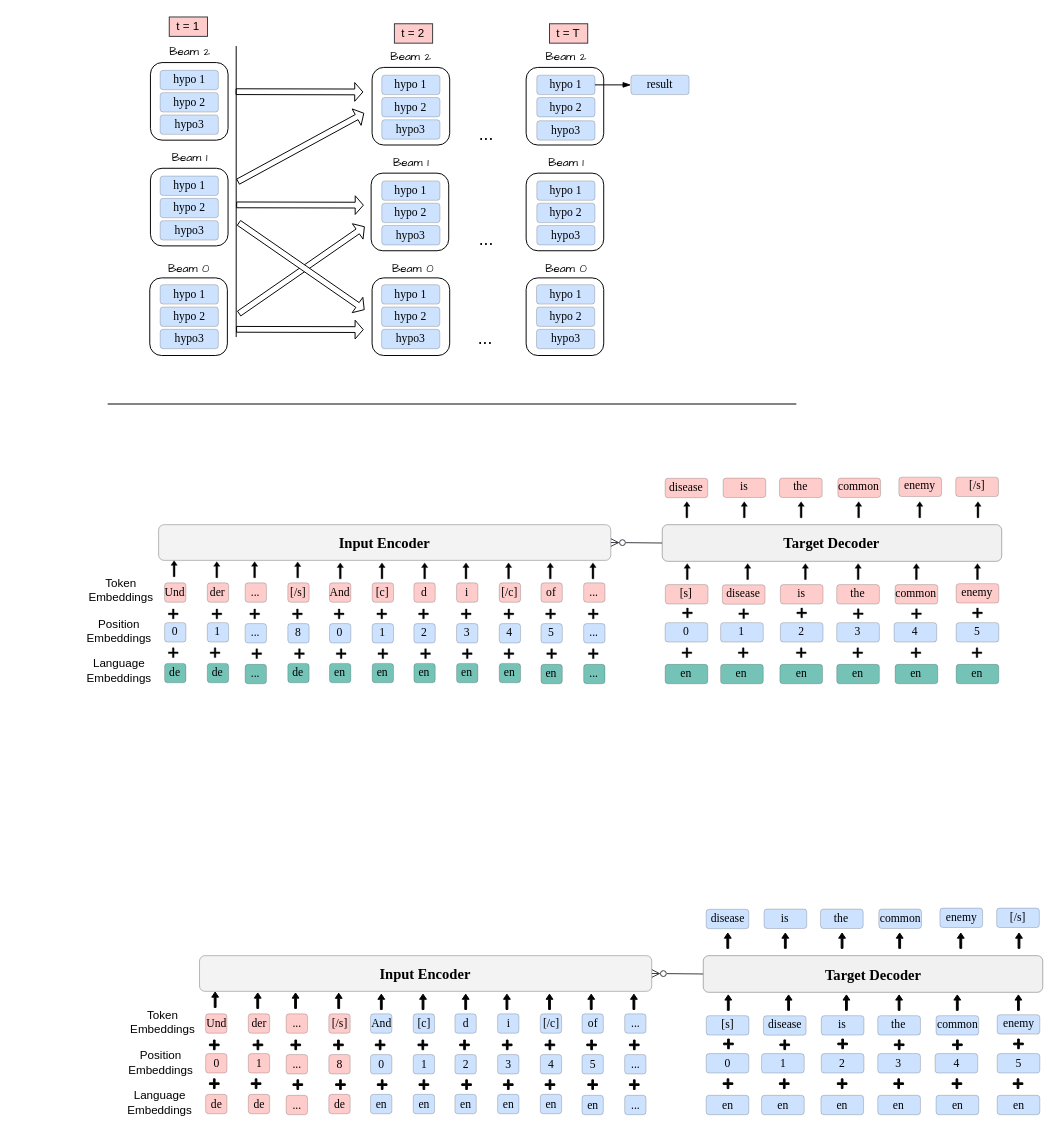
Above: hard_constrained.drawio in yc1999/electra_pytorch (draw.io), before the change. Source tidied: cells renumbered, new cells numbered last; positions are measured from the earlier drawing's top-left corner, leaving out a move shared by most shapes. Both pictures are drawn from the tidied source at 97%, with x=0, y=0 at pixel (75, 16).
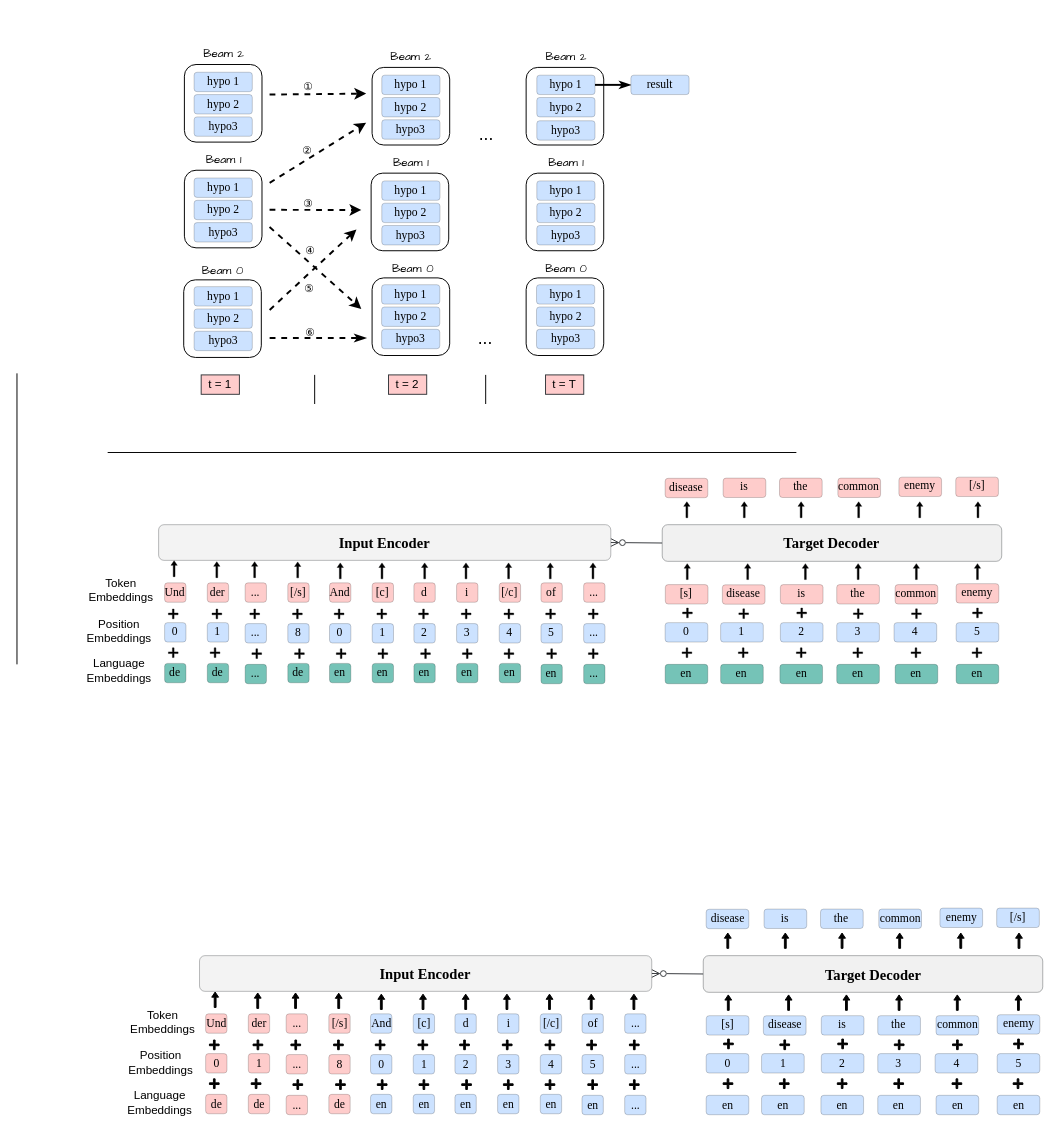
Above is the later version.

The change refers to these unchanged cells:
```xml
<mxCell id="291" value="&lt;span style=&quot;font-size: 12px;&quot;&gt;hypo 1&lt;/span&gt;" style="rounded=1;whiteSpace=wrap;html=1;fontFamily=Times New Roman;fontSize=2;strokeColor=#000000;rotation=0;fillColor=#CCE2FF;strokeWidth=0.2;" parent="1" vertex="1">
  <mxGeometry x="475.9" y="60" width="60" height="20" as="geometry" />
</mxCell>
<mxCell id="296" value="&lt;span style=&quot;font-size: 12px;&quot;&gt;result&lt;/span&gt;" style="rounded=1;whiteSpace=wrap;html=1;fontFamily=Times New Roman;fontSize=2;strokeColor=#000000;rotation=0;fillColor=#CCE2FF;strokeWidth=0.2;" parent="1" vertex="1">
  <mxGeometry x="572.9" y="60" width="60" height="20" as="geometry" />
</mxCell>
```

Diff of the diagram source:
```diff
@@
     <mxCell id="2" style="rounded=1;whiteSpace=wrap;html=1;" parent="1" vertex="1">
-      <mxGeometry x="76.9" y="269" width="80" height="80" as="geometry" />
+      <mxGeometry x="111.9" y="271" width="80" height="80" as="geometry" />
     </mxCell>
     <mxCell id="3" style="rounded=1;whiteSpace=wrap;html=1;" parent="1" vertex="1">
-      <mxGeometry x="77.6" y="156" width="80" height="80" as="geometry" />
+      <mxGeometry x="112.6" y="158" width="80" height="80" as="geometry" />
     </mxCell>
@@
     <mxCell id="244" value="&lt;span style=&quot;font-size: 12px;&quot;&gt;hypo 1&lt;/span&gt;" style="rounded=1;whiteSpace=wrap;html=1;fontFamily=Times New Roman;fontSize=2;strokeColor=#000000;rotation=0;fillColor=#CCE2FF;strokeWidth=0.2;" parent="1" vertex="1">
-      <mxGeometry x="87.6" y="164" width="60" height="20" as="geometry" />
+      <mxGeometry x="122.6" y="166" width="60" height="20" as="geometry" />
     </mxCell>
     <mxCell id="245" value="&lt;span style=&quot;font-size: 12px;&quot;&gt;hypo 2&lt;/span&gt;" style="rounded=1;whiteSpace=wrap;html=1;fontFamily=Times New Roman;fontSize=2;strokeColor=#000000;rotation=0;fillColor=#CCE2FF;strokeWidth=0.2;" parent="1" vertex="1">
-      <mxGeometry x="87.6" y="187" width="60" height="20" as="geometry" />
+      <mxGeometry x="122.6" y="189" width="60" height="20" as="geometry" />
     </mxCell>
     <mxCell id="246" value="&lt;span style=&quot;font-size: 12px;&quot;&gt;hypo3&lt;/span&gt;" style="rounded=1;whiteSpace=wrap;html=1;fontFamily=Times New Roman;fontSize=2;strokeColor=#000000;rotation=0;fillColor=#CCE2FF;strokeWidth=0.2;" parent="1" vertex="1">
-      <mxGeometry x="87.6" y="210" width="60" height="20" as="geometry" />
+      <mxGeometry x="122.6" y="212" width="60" height="20" as="geometry" />
     </mxCell>
     <mxCell id="247" value="&lt;span style=&quot;font-size: 12px;&quot;&gt;hypo 1&lt;/span&gt;" style="rounded=1;whiteSpace=wrap;html=1;fontFamily=Times New Roman;fontSize=2;strokeColor=#000000;rotation=0;fillColor=#CCE2FF;strokeWidth=0.2;" parent="1" vertex="1">
-      <mxGeometry x="87.6" y="276" width="60" height="20" as="geometry" />
+      <mxGeometry x="122.6" y="278" width="60" height="20" as="geometry" />
     </mxCell>
     <mxCell id="248" value="&lt;span style=&quot;font-size: 12px;&quot;&gt;hypo 2&lt;/span&gt;" style="rounded=1;whiteSpace=wrap;html=1;fontFamily=Times New Roman;fontSize=2;strokeColor=#000000;rotation=0;fillColor=#CCE2FF;strokeWidth=0.2;" parent="1" vertex="1">
-      <mxGeometry x="87.6" y="299" width="60" height="20" as="geometry" />
+      <mxGeometry x="122.6" y="301" width="60" height="20" as="geometry" />
     </mxCell>
     <mxCell id="249" value="&lt;span style=&quot;font-size: 12px;&quot;&gt;hypo3&lt;/span&gt;" style="rounded=1;whiteSpace=wrap;html=1;fontFamily=Times New Roman;fontSize=2;strokeColor=#000000;rotation=0;fillColor=#CCE2FF;strokeWidth=0.2;" parent="1" vertex="1">
-      <mxGeometry x="87.6" y="322" width="60" height="20" as="geometry" />
+      <mxGeometry x="122.6" y="324" width="60" height="20" as="geometry" />
     </mxCell>
     <mxCell id="250" value="Beam 0" style="text;html=1;align=center;verticalAlign=middle;strokeColor=none;fillColor=none;fontFamily=Comic Sans MS;sketch=1;curveFitting=1;jiggle=2;" parent="1" vertex="1">
-      <mxGeometry x="86.6" y="245" width="60" height="30" as="geometry" />
+      <mxGeometry x="121.6" y="247" width="60" height="30" as="geometry" />
     </mxCell>
     <mxCell id="251" value="Beam 1" style="text;html=1;align=center;verticalAlign=middle;strokeColor=none;fillColor=none;labelBackgroundColor=none;labelBorderColor=none;fontFamily=Comic Sans MS;" parent="1" vertex="1">
-      <mxGeometry x="87.6" y="131" width="60" height="30" as="geometry" />
+      <mxGeometry x="122.6" y="133" width="60" height="30" as="geometry" />
     </mxCell>
-    <mxCell id="252" style="shape=flexArrow;endArrow=classic;html=1;rounded=0;width=5.964912280701754;endSize=2.4736842105263155;endWidth=12.29301323484149;" parent="1" edge="1">
-      <mxGeometry relative="1" as="geometry">
-        <mxPoint x="166" y="193.7" as="sourcePoint" />
-        <mxPoint x="297.6" y="194" as="targetPoint" />
-      </mxGeometry>
-    </mxCell>
-    <mxCell id="253" style="shape=flexArrow;endArrow=classic;html=1;rounded=0;width=5.964912280701754;endSize=2.4736842105263155;endWidth=12.29301323484149;" parent="1" edge="1">
-      <mxGeometry relative="1" as="geometry">
-        <mxPoint x="168.6" y="306" as="sourcePoint" />
-        <mxPoint x="298.6" y="216" as="targetPoint" />
-      </mxGeometry>
-    </mxCell>
-    <mxCell id="254" style="shape=flexArrow;endArrow=classic;html=1;rounded=0;width=5.964912280701754;endSize=2.4736842105263155;endWidth=12.29301323484149;fillColor=#FFFFFF;" parent="1" edge="1">
-      <mxGeometry relative="1" as="geometry">
-        <mxPoint x="168.4" y="212" as="sourcePoint" />
-        <mxPoint x="298.4" y="302" as="targetPoint" />
-      </mxGeometry>
-    </mxCell>
-    <mxCell id="255" style="shape=flexArrow;endArrow=classic;html=1;rounded=0;width=5.964912280701754;endSize=2.4736842105263155;endWidth=12.29301323484149;" parent="1" edge="1">
-      <mxGeometry relative="1" as="geometry">
-        <mxPoint x="165.9" y="322" as="sourcePoint" />
-        <mxPoint x="297.5" y="322.3" as="targetPoint" />
-      </mxGeometry>
-    </mxCell>
@@
-    <mxCell id="265" value="&lt;font style=&quot;font-size: 18px;&quot;&gt;...&lt;/font&gt;" style="text;html=1;strokeColor=none;fillColor=none;align=center;verticalAlign=middle;whiteSpace=wrap;rounded=0;" parent="1" vertex="1">
-      <mxGeometry x="393.6" y="215" width="60" height="30" as="geometry" />
-    </mxCell>
@@
     <mxCell id="278" style="rounded=1;whiteSpace=wrap;html=1;" parent="1" vertex="1">
-      <mxGeometry x="77.6" y="47" width="80" height="80" as="geometry" />
+      <mxGeometry x="112.6" y="49" width="80" height="80" as="geometry" />
     </mxCell>
-    <mxCell id="279" value="&lt;span style=&quot;font-size: 12px;&quot;&gt;hypo 1&lt;/span&gt;" style="rounded=1;whiteSpace=wrap;html=1;fontFamily=Times New Roman;fontSize=2;strokeColor=#000000;rotation=0;fillColor=#CCE2FF;strokeWidth=0.2;" parent="1" vertex="1">
-      <mxGeometry x="87.6" y="55" width="60" height="20" as="geometry" />
+    <mxCell id="279" value="&lt;span style=&quot;font-size: 12px;&quot;&gt;hypo 1&lt;/span&gt;" style="rounded=1;whiteSpace=wrap;html=1;fontFamily=Times New Roman;fontSize=2;strokeColor=#000000;rotation=0;fillColor=#CCE2FF;strokeWidth=0.2;gradientColor=none;" parent="1" vertex="1">
+      <mxGeometry x="122.6" y="57" width="60" height="20" as="geometry" />
     </mxCell>
     <mxCell id="280" value="&lt;span style=&quot;font-size: 12px;&quot;&gt;hypo 2&lt;/span&gt;" style="rounded=1;whiteSpace=wrap;html=1;fontFamily=Times New Roman;fontSize=2;strokeColor=#000000;rotation=0;fillColor=#CCE2FF;strokeWidth=0.2;" parent="1" vertex="1">
-      <mxGeometry x="87.6" y="78" width="60" height="20" as="geometry" />
+      <mxGeometry x="122.6" y="80" width="60" height="20" as="geometry" />
     </mxCell>
     <mxCell id="281" value="&lt;span style=&quot;font-size: 12px;&quot;&gt;hypo3&lt;/span&gt;" style="rounded=1;whiteSpace=wrap;html=1;fontFamily=Times New Roman;fontSize=2;strokeColor=#000000;rotation=0;fillColor=#CCE2FF;strokeWidth=0.2;" parent="1" vertex="1">
-      <mxGeometry x="87.6" y="101" width="60" height="20" as="geometry" />
+      <mxGeometry x="122.6" y="103" width="60" height="20" as="geometry" />
     </mxCell>
     <mxCell id="282" value="Beam 2" style="text;html=1;align=center;verticalAlign=middle;strokeColor=none;fillColor=none;labelBackgroundColor=none;labelBorderColor=none;fontFamily=Comic Sans MS;" parent="1" vertex="1">
-      <mxGeometry x="87.6" y="22" width="60" height="30" as="geometry" />
+      <mxGeometry x="122.6" y="24" width="60" height="30" as="geometry" />
     </mxCell>
-    <mxCell id="283" style="shape=flexArrow;endArrow=classic;html=1;rounded=0;width=5.964912280701754;endSize=2.4736842105263155;endWidth=12.29301323484149;" parent="1" edge="1">
+    <mxCell id="283" style="endArrow=classic;html=1;rounded=0;endWidth=5.5078125;fillColor=none;strokeColor=default;strokeWidth=2;dashed=1;" parent="1" edge="1">
       <mxGeometry relative="1" as="geometry">
-        <mxPoint x="165.4" y="77" as="sourcePoint" />
-        <mxPoint x="297.1" y="77.3" as="targetPoint" />
+        <mxPoint x="200.4" y="80" as="sourcePoint" />
+        <mxPoint x="300" y="79" as="targetPoint" />
       </mxGeometry>
     </mxCell>
+    <mxCell id="303" value="①" style="edgeLabel;html=1;align=center;verticalAlign=middle;labelBackgroundColor=none;" parent="283" vertex="1">
+      <mxGeometry x="-0.04" y="4" relative="1" as="geometry">
+        <mxPoint x="-9" y="-4" as="offset" />
+      </mxGeometry>
+    </mxCell>
@@
-    <mxCell id="295" style="endArrow=blockThin;html=1;rounded=0;exitX=1;exitY=0.5;exitDx=0;exitDy=0;endFill=1;entryX=0;entryY=0.5;entryDx=0;entryDy=0;" parent="1" edge="1" source="291" target="296">
-      <mxGeometry relative="1" as="geometry" />
+    <mxCell id="295" style="endArrow=classicThin;html=1;rounded=0;exitX=1;exitY=0.5;exitDx=0;exitDy=0;endFill=1;strokeWidth=2;" parent="1" edge="1" source="291">
+      <mxGeometry relative="1" as="geometry">
+        <mxPoint x="573" y="70" as="targetPoint" />
+      </mxGeometry>
     </mxCell>
@@
-    <mxCell id="297" style="shape=flexArrow;endArrow=classic;html=1;rounded=0;width=5.964912280701754;endSize=2.4736842105263155;endWidth=12.29301323484149;fillColor=#FFFFFF;exitX=-0.002;exitY=0.067;exitDx=0;exitDy=0;exitPerimeter=0;" parent="1" edge="1">
-      <mxGeometry relative="1" as="geometry">
-        <mxPoint x="167.5" y="170" as="sourcePoint" />
-        <mxPoint x="298" y="99" as="targetPoint" />
-      </mxGeometry>
-    </mxCell>
     <mxCell id="298" style="endArrow=none;html=1;rounded=0;" parent="1" edge="1">
       <mxGeometry relative="1" as="geometry">
-        <mxPoint x="33.5" y="399" as="sourcePoint" />
-        <mxPoint x="743.5" y="399" as="targetPoint" />
+        <mxPoint x="33.5" y="449" as="sourcePoint" />
+        <mxPoint x="743.5" y="449" as="targetPoint" />
       </mxGeometry>
     </mxCell>
     <mxCell id="299" value="t = 1" style="rounded=0;whiteSpace=wrap;html=1;shadow=0;glass=0;fillColor=#ffcccc;strokeColor=#36393d;fillStyle=auto;" parent="1" vertex="1">
-      <mxGeometry x="97" width="39.4" height="20" as="geometry" />
+      <mxGeometry x="129.9" y="369" width="39.4" height="20" as="geometry" />
     </mxCell>
     <mxCell id="300" value="t = 2" style="rounded=0;whiteSpace=wrap;html=1;shadow=0;glass=0;fillColor=#ffcccc;strokeColor=#36393d;fillStyle=auto;" parent="1" vertex="1">
-      <mxGeometry x="329.1" y="7" width="39.4" height="20" as="geometry" />
+      <mxGeometry x="323" y="369" width="39.4" height="20" as="geometry" />
     </mxCell>
     <mxCell id="301" value="t = T" style="rounded=0;whiteSpace=wrap;html=1;shadow=0;glass=0;fillColor=#ffcccc;strokeColor=#36393d;fillStyle=auto;" parent="1" vertex="1">
-      <mxGeometry x="489" y="7" width="39.4" height="20" as="geometry" />
+      <mxGeometry x="484.9" y="369" width="39.4" height="20" as="geometry" />
     </mxCell>
     <mxCell id="302" style="endArrow=none;html=1;rounded=0;" parent="1" edge="1">
       <mxGeometry relative="1" as="geometry">
-        <mxPoint x="166" y="330" as="sourcePoint" />
-        <mxPoint x="166" y="30" as="targetPoint" />
+        <mxPoint x="-60" y="667.4" as="sourcePoint" />
+        <mxPoint x="-60" y="367.4" as="targetPoint" />
       </mxGeometry>
     </mxCell>
+    <mxCell id="304" style="endArrow=classic;html=1;rounded=0;endWidth=5.5078125;fillColor=none;strokeColor=default;strokeWidth=2;dashed=1;" parent="1" edge="1">
+      <mxGeometry relative="1" as="geometry">
+        <mxPoint x="200.5" y="171" as="sourcePoint" />
+        <mxPoint x="300" y="109" as="targetPoint" />
+      </mxGeometry>
+    </mxCell>
+    <mxCell id="305" value="②" style="edgeLabel;html=1;align=center;verticalAlign=middle;labelBackgroundColor=none;" parent="304" vertex="1">
+      <mxGeometry x="-0.04" y="4" relative="1" as="geometry">
+        <mxPoint x="-7" as="offset" />
+      </mxGeometry>
+    </mxCell>
+    <mxCell id="306" style="endArrow=classic;html=1;rounded=0;endWidth=5.5078125;fillColor=none;strokeColor=default;strokeWidth=2;dashed=1;" parent="1" edge="1">
+      <mxGeometry relative="1" as="geometry">
+        <mxPoint x="200.4" y="198.8" as="sourcePoint" />
+        <mxPoint x="295" y="199" as="targetPoint" />
+      </mxGeometry>
+    </mxCell>
+    <mxCell id="307" value="③" style="edgeLabel;html=1;align=center;verticalAlign=middle;labelBackgroundColor=none;" parent="306" vertex="1">
+      <mxGeometry x="-0.04" y="4" relative="1" as="geometry">
+        <mxPoint x="-6" y="-3" as="offset" />
+      </mxGeometry>
+    </mxCell>
+    <mxCell id="308" style="endArrow=classic;html=1;rounded=0;endWidth=5.5078125;fillColor=#000000;strokeColor=default;strokeWidth=2;dashed=1;" parent="1" edge="1">
+      <mxGeometry relative="1" as="geometry">
+        <mxPoint x="200.4" y="216.5" as="sourcePoint" />
+        <mxPoint x="295" y="301" as="targetPoint" />
+      </mxGeometry>
+    </mxCell>
+    <mxCell id="309" value="⑤" style="edgeLabel;html=1;align=center;verticalAlign=middle;labelBackgroundColor=none;" parent="308" vertex="1">
+      <mxGeometry x="-0.04" y="4" relative="1" as="geometry">
+        <mxPoint x="-8" y="25" as="offset" />
+      </mxGeometry>
+    </mxCell>
+    <mxCell id="310" style="endArrow=classic;html=1;rounded=0;endWidth=5.5078125;fillColor=none;strokeColor=default;strokeWidth=2;dashed=1;" parent="1" edge="1">
+      <mxGeometry relative="1" as="geometry">
+        <mxPoint x="200.5" y="302" as="sourcePoint" />
+        <mxPoint x="290" y="219" as="targetPoint" />
+      </mxGeometry>
+    </mxCell>
+    <mxCell id="311" value="④" style="edgeLabel;html=1;align=center;verticalAlign=middle;labelBackgroundColor=none;" parent="310" vertex="1">
+      <mxGeometry x="-0.04" y="4" relative="1" as="geometry">
+        <mxPoint y="-18" as="offset" />
+      </mxGeometry>
+    </mxCell>
+    <mxCell id="312" style="endArrow=classicThin;html=1;rounded=0;endWidth=5.5078125;fillColor=#000000;strokeColor=default;gradientColor=none;dashed=1;endFill=1;strokeWidth=2;" parent="1" edge="1">
+      <mxGeometry relative="1" as="geometry">
+        <mxPoint x="200.5" y="331" as="sourcePoint" />
+        <mxPoint x="300" y="331" as="targetPoint" />
+      </mxGeometry>
+    </mxCell>
+    <mxCell id="313" value="⑥" style="edgeLabel;html=1;align=center;verticalAlign=middle;labelBackgroundColor=none;" parent="312" vertex="1">
+      <mxGeometry x="-0.04" y="4" relative="1" as="geometry">
+        <mxPoint x="-7" y="-3" as="offset" />
+      </mxGeometry>
+    </mxCell>
+    <mxCell id="314" style="endArrow=none;html=1;rounded=0;" parent="1" edge="1">
+      <mxGeometry relative="1" as="geometry">
+        <mxPoint x="246.9" y="399" as="sourcePoint" />
+        <mxPoint x="246.9" y="369" as="targetPoint" />
+      </mxGeometry>
+    </mxCell>
+    <mxCell id="315" style="endArrow=none;html=1;rounded=0;" parent="1" edge="1">
+      <mxGeometry relative="1" as="geometry">
+        <mxPoint x="423.2" y="399" as="sourcePoint" />
+        <mxPoint x="423.2" y="369" as="targetPoint" />
+      </mxGeometry>
+    </mxCell>
```
